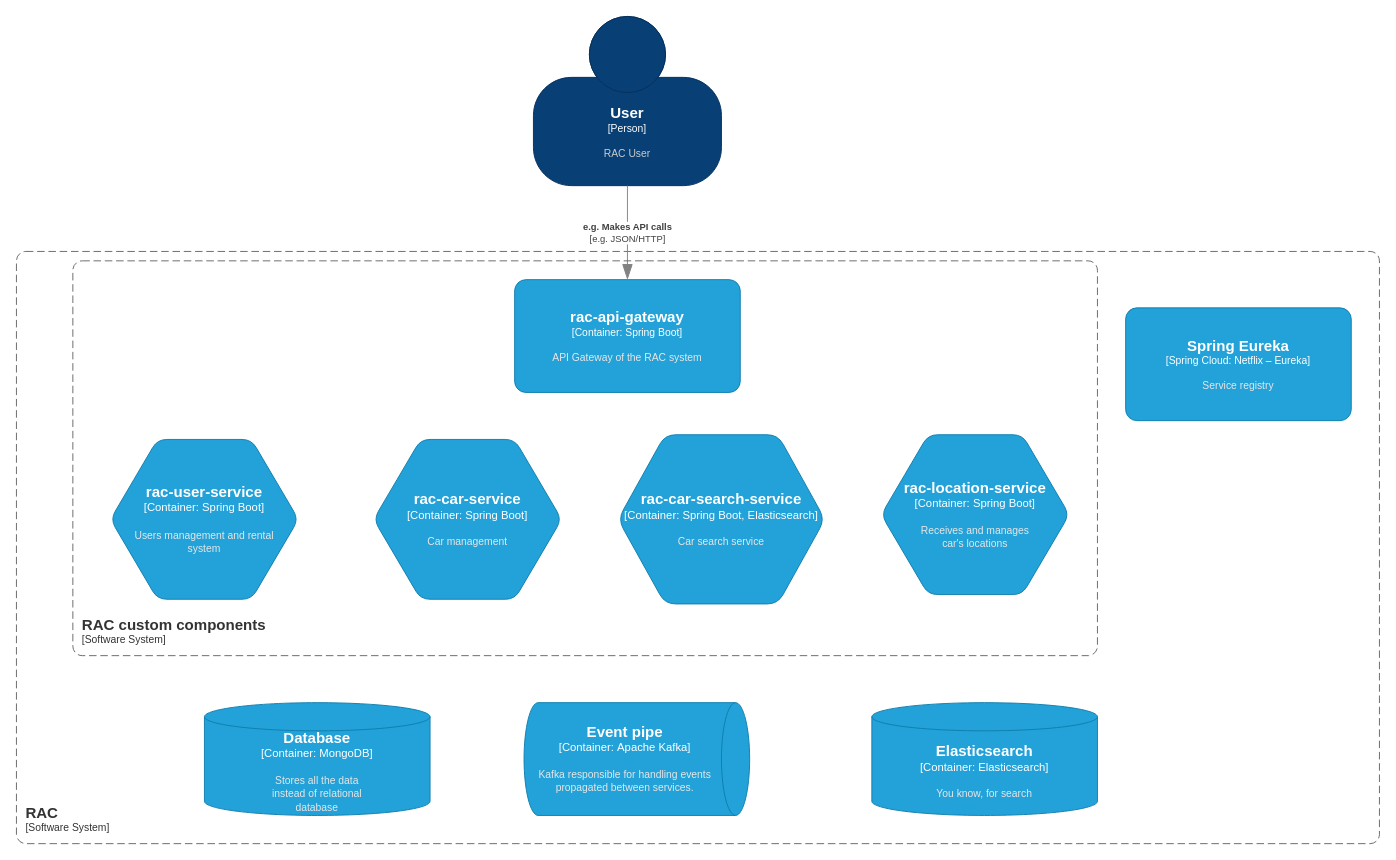
Before: docs/c4/rac-modules.drawio in maciejgz/rac, a draw.io diagram. Source tidied: cells renumbered, new cells numbered last; positions are measured from the earlier drawing's top-left corner, leaving out a move shared by most shapes. Both pictures are drawn from the tidied source at 94%, with x=0, y=0 at pixel (16, 16).
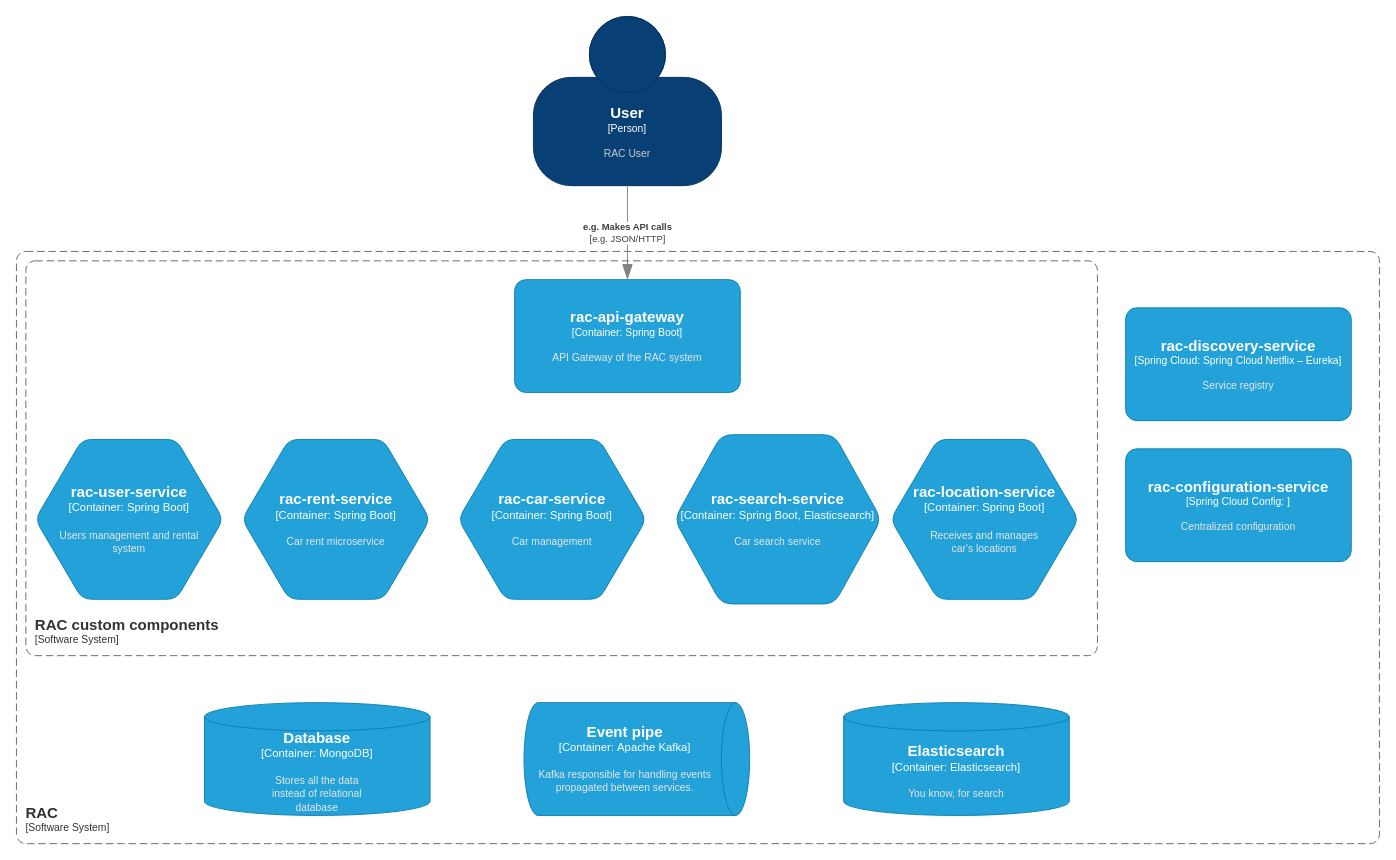
The same page after the edit.

The edit, as a diff of the source:
```diff
@@
     <object id="5" label="&lt;font style=&quot;font-size: 16px&quot;&gt;&lt;b&gt;%c4Type%&lt;/b&gt;&lt;/font&gt;&lt;div&gt;[%c4Container%:&amp;nbsp;%c4Technology%]&lt;/div&gt;&lt;br&gt;&lt;div&gt;&lt;font style=&quot;font-size: 11px&quot;&gt;&lt;font color=&quot;#E6E6E6&quot;&gt;%c4Description%&lt;/font&gt;&lt;/div&gt;" c4Container="Container" c4Description="Users management and rental &#10;system" c4Technology="Spring Boot" c4Type="rac-user-service" placeholders="1">
       <mxCell style="shape=hexagon;size=50;perimeter=hexagonPerimeter2;whiteSpace=wrap;html=1;fixedSize=1;rounded=1;labelBackgroundColor=none;fillColor=#23A2D9;fontSize=12;fontColor=#ffffff;align=center;strokeColor=#0E7DAD;" parent="1" vertex="1">
-        <mxGeometry x="100" y="450" width="200" height="170" as="geometry" />
+        <mxGeometry x="20" y="450" width="200" height="170" as="geometry" />
       </mxCell>
     </object>
     <object id="6" label="&lt;font style=&quot;font-size: 16px&quot;&gt;&lt;b&gt;%c4Type%&lt;/b&gt;&lt;/font&gt;&lt;div&gt;[%c4Container%:&amp;nbsp;%c4Technology%]&lt;/div&gt;&lt;br&gt;&lt;div&gt;&lt;font style=&quot;font-size: 11px&quot;&gt;&lt;font color=&quot;#E6E6E6&quot;&gt;%c4Description%&lt;/font&gt;&lt;/div&gt;" c4Container="Container" c4Description="Car management" c4Technology="Spring Boot" c4Type="rac-car-service" placeholders="1">
       <mxCell style="shape=hexagon;size=50;perimeter=hexagonPerimeter2;whiteSpace=wrap;html=1;fixedSize=1;rounded=1;labelBackgroundColor=none;fillColor=#23A2D9;fontSize=12;fontColor=#ffffff;align=center;strokeColor=#0E7DAD;" parent="1" vertex="1">
-        <mxGeometry x="380" y="450" width="200" height="170" as="geometry" />
+        <mxGeometry x="470" y="450" width="200" height="170" as="geometry" />
       </mxCell>
     </object>
-    <object id="7" label="&lt;font style=&quot;font-size: 16px&quot;&gt;&lt;b&gt;%c4Type%&lt;/b&gt;&lt;/font&gt;&lt;div&gt;[%c4Container%:&amp;nbsp;%c4Technology%]&lt;/div&gt;&lt;br&gt;&lt;div&gt;&lt;font style=&quot;font-size: 11px&quot;&gt;&lt;font color=&quot;#E6E6E6&quot;&gt;%c4Description%&lt;/font&gt;&lt;/div&gt;" c4Container="Container" c4Description="Car search service" c4Technology="Spring Boot, Elasticsearch" c4Type="rac-car-search-service" placeholders="1">
+    <object id="7" label="&lt;font style=&quot;font-size: 16px&quot;&gt;&lt;b&gt;%c4Type%&lt;/b&gt;&lt;/font&gt;&lt;div&gt;[%c4Container%:&amp;nbsp;%c4Technology%]&lt;/div&gt;&lt;br&gt;&lt;div&gt;&lt;font style=&quot;font-size: 11px&quot;&gt;&lt;font color=&quot;#E6E6E6&quot;&gt;%c4Description%&lt;/font&gt;&lt;/div&gt;" c4Container="Container" c4Description="Car search service" c4Technology="Spring Boot, Elasticsearch" c4Type="rac-search-service" placeholders="1">
       <mxCell style="shape=hexagon;size=50;perimeter=hexagonPerimeter2;whiteSpace=wrap;html=1;fixedSize=1;rounded=1;labelBackgroundColor=none;fillColor=#23A2D9;fontSize=12;fontColor=#ffffff;align=center;strokeColor=#0E7DAD;arcSize=23;" parent="1" vertex="1">
-        <mxGeometry x="640" y="445" width="220" height="180" as="geometry" />
+        <mxGeometry x="700" y="445" width="220" height="180" as="geometry" />
       </mxCell>
     </object>
     <object id="8" label="&lt;font style=&quot;font-size: 16px&quot;&gt;&lt;b&gt;%c4Type%&lt;/b&gt;&lt;/font&gt;&lt;div&gt;[%c4Container%:&amp;nbsp;%c4Technology%]&lt;/div&gt;&lt;br&gt;&lt;div&gt;&lt;font style=&quot;font-size: 11px&quot;&gt;&lt;font color=&quot;#E6E6E6&quot;&gt;%c4Description%&lt;/font&gt;&lt;/div&gt;" c4Container="Container" c4Description="Receives and manages &#10;car's locations" c4Technology="Spring Boot" c4Type="rac-location-service" placeholders="1">
       <mxCell style="shape=hexagon;size=50;perimeter=hexagonPerimeter2;whiteSpace=wrap;html=1;fixedSize=1;rounded=1;labelBackgroundColor=none;fillColor=#23A2D9;fontSize=12;fontColor=#ffffff;align=center;strokeColor=#0E7DAD;" parent="1" vertex="1">
-        <mxGeometry x="920" y="445" width="200" height="170" as="geometry" />
+        <mxGeometry x="930" y="450" width="200" height="170" as="geometry" />
       </mxCell>
     </object>
@@
     <object id="11" label="&lt;font style=&quot;font-size: 16px&quot;&gt;&lt;b&gt;%c4Type%&lt;/b&gt;&lt;/font&gt;&lt;div&gt;[%c4Container%:&amp;nbsp;%c4Technology%]&lt;/div&gt;&lt;br&gt;&lt;div&gt;&lt;font style=&quot;font-size: 11px&quot;&gt;&lt;font color=&quot;#E6E6E6&quot;&gt;%c4Description%&lt;/font&gt;&lt;/div&gt;" c4Container="Container" c4Description="You know, for search" c4Technology="Elasticsearch" c4Type="Elasticsearch" placeholders="1">
       <mxCell style="shape=cylinder3;size=15;whiteSpace=wrap;html=1;boundedLbl=1;rounded=0;labelBackgroundColor=none;fillColor=#23A2D9;fontSize=12;fontColor=#ffffff;align=center;strokeColor=#0E7DAD;" parent="1" vertex="1">
-        <mxGeometry x="910" y="730" width="240" height="120" as="geometry" />
+        <mxGeometry x="880" y="730" width="240" height="120" as="geometry" />
       </mxCell>
     </object>
@@
-    <object id="13" label="&lt;font style=&quot;font-size: 16px&quot;&gt;&lt;b&gt;%c4Name%&lt;/b&gt;&lt;/font&gt;&lt;div&gt;[%c4Type%: %c4Technology%]&lt;/div&gt;&lt;br&gt;&lt;div&gt;&lt;font style=&quot;font-size: 11px&quot;&gt;&lt;font color=&quot;#E6E6E6&quot;&gt;%c4Description%&lt;/font&gt;&lt;/div&gt;" c4Description="Service registry" c4Name="Spring Eureka" c4Technology="Netflix – Eureka" c4Type="Spring Cloud" placeholders="1">
+    <object id="13" label="&lt;font style=&quot;font-size: 16px&quot;&gt;&lt;b&gt;%c4Name%&lt;/b&gt;&lt;/font&gt;&lt;div&gt;[%c4Type%: %c4Technology%]&lt;/div&gt;&lt;br&gt;&lt;div&gt;&lt;font style=&quot;font-size: 11px&quot;&gt;&lt;font color=&quot;#E6E6E6&quot;&gt;%c4Description%&lt;/font&gt;&lt;/div&gt;" c4Description="Service registry" c4Name="rac-discovery-service" c4Technology="Spring Cloud Netflix – Eureka" c4Type="Spring Cloud" placeholders="1">
       <mxCell style="rounded=1;whiteSpace=wrap;html=1;fontSize=11;labelBackgroundColor=none;fillColor=#23A2D9;fontColor=#ffffff;align=center;arcSize=10;strokeColor=#0E7DAD;" parent="1" vertex="1">
         <mxGeometry x="1180" y="310" width="240" height="120" as="geometry" />
       </mxCell>
     </object>
     <object id="14" label="&lt;font style=&quot;font-size: 16px&quot;&gt;&lt;b&gt;&lt;div style=&quot;text-align: left&quot;&gt;%c4Name%&lt;/div&gt;&lt;/b&gt;&lt;/font&gt;&lt;div style=&quot;text-align: left&quot;&gt;[%c4Application%]&lt;/div&gt;" c4Application="Software System" c4Name="RAC custom components" placeholders="1">
       <mxCell style="rounded=1;fontSize=11;whiteSpace=wrap;html=1;dashed=1;arcSize=20;fillColor=none;strokeColor=#666666;fontColor=#333333;labelBackgroundColor=none;align=left;verticalAlign=bottom;labelBorderColor=none;spacingTop=0;spacing=10;dashPattern=8 4;perimeter=rectanglePerimeter;noLabel=0;labelPadding=0;absoluteArcSize=1;" parent="1" vertex="1">
-        <mxGeometry x="60" y="260" width="1090" height="420" as="geometry" />
+        <mxGeometry x="10" y="260" width="1140" height="420" as="geometry" />
       </mxCell>
     </object>
+    <object id="15" label="&lt;font style=&quot;font-size: 16px&quot;&gt;&lt;b&gt;%c4Name%&lt;/b&gt;&lt;/font&gt;&lt;div&gt;[%c4Type%: %c4Technology%]&lt;/div&gt;&lt;br&gt;&lt;div&gt;&lt;font style=&quot;font-size: 11px&quot;&gt;&lt;font color=&quot;#E6E6E6&quot;&gt;%c4Description%&lt;/font&gt;&lt;/div&gt;" c4Description="Centralized configuration" c4Name="rac-configuration-service" c4Technology="" c4Type="Spring Cloud Config" placeholders="1">
+      <mxCell style="rounded=1;whiteSpace=wrap;html=1;fontSize=11;labelBackgroundColor=none;fillColor=#23A2D9;fontColor=#ffffff;align=center;arcSize=10;strokeColor=#0E7DAD;" parent="1" vertex="1">
+        <mxGeometry x="1180" y="460" width="240" height="120" as="geometry" />
+      </mxCell>
+    </object>
+    <object id="16" label="&lt;font style=&quot;font-size: 16px&quot;&gt;&lt;b&gt;%c4Type%&lt;/b&gt;&lt;/font&gt;&lt;div&gt;[%c4Container%:&amp;nbsp;%c4Technology%]&lt;/div&gt;&lt;br&gt;&lt;div&gt;&lt;font style=&quot;font-size: 11px&quot;&gt;&lt;font color=&quot;#E6E6E6&quot;&gt;%c4Description%&lt;/font&gt;&lt;/div&gt;" c4Container="Container" c4Description="Car rent microservice" c4Technology="Spring Boot" c4Type="rac-rent-service" placeholders="1">
+      <mxCell style="shape=hexagon;size=50;perimeter=hexagonPerimeter2;whiteSpace=wrap;html=1;fixedSize=1;rounded=1;labelBackgroundColor=none;fillColor=#23A2D9;fontSize=12;fontColor=#ffffff;align=center;strokeColor=#0E7DAD;" parent="1" vertex="1">
+        <mxGeometry x="240" y="450" width="200" height="170" as="geometry" />
+      </mxCell>
+    </object>
```
